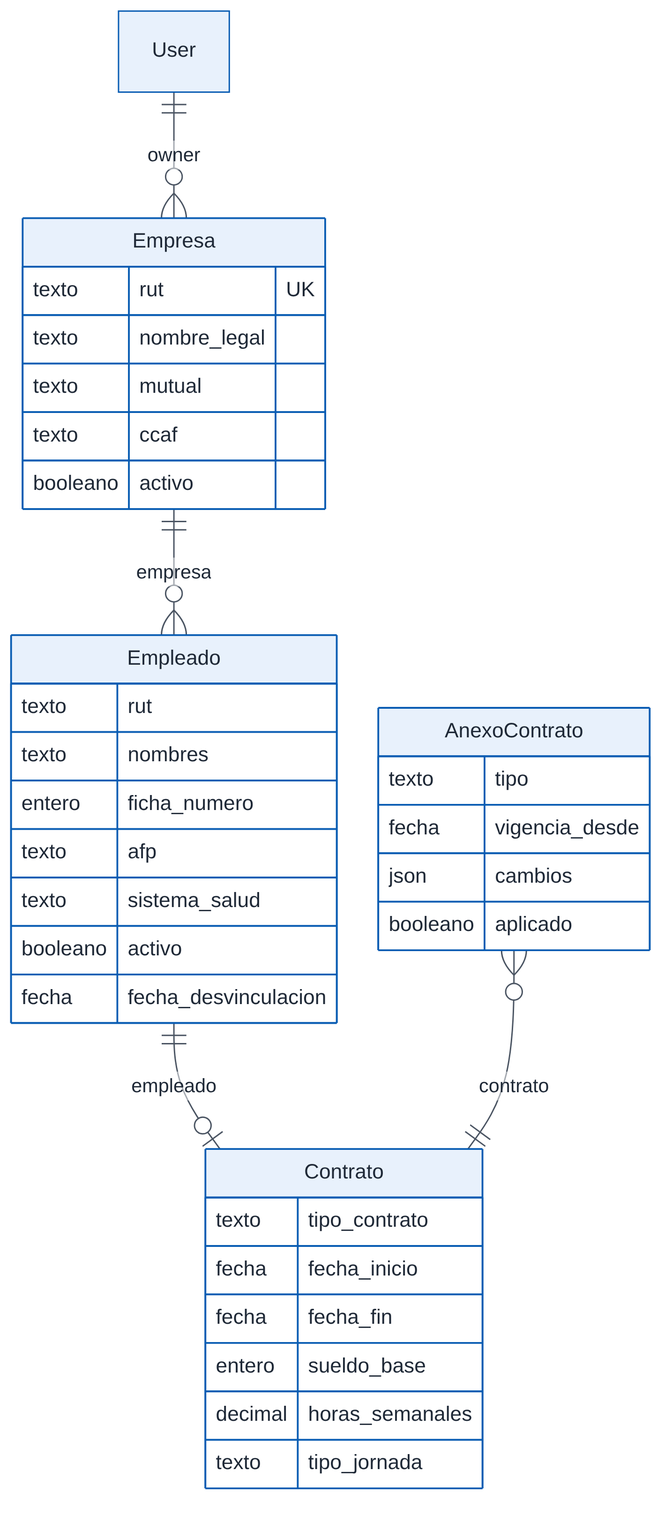
The Mermaid diagram docs/tecnico/figuras/06-er-trabajadores.png in FehuDeveloperTeam/jornada40-saas, before a commit. Its source is kept beside it as docs/tecnico/figuras/06-er-trabajadores.mmd. Its diagram source:
```mermaid
erDiagram
  direction TB
  User ||--o{ Empresa : "owner"
  Empresa ||--o{ Empleado : "empresa"
  Empleado ||--o| Contrato : "empleado"
  AnexoContrato }o--|| Contrato : "contrato"
  Empresa {
    texto rut UK
    texto nombre_legal
    texto mutual
    texto ccaf
    booleano activo
  }
  Empleado {
    texto rut
    texto nombres
    entero ficha_numero
    texto afp
    texto sistema_salud
    booleano activo
    fecha fecha_desvinculacion
  }
  Contrato {
    texto tipo_contrato
    fecha fecha_inicio
    fecha fecha_fin
    entero sueldo_base
    decimal horas_semanales
    texto tipo_jornada
  }
  AnexoContrato {
    texto tipo
    fecha vigencia_desde
    json cambios
    booleano aplicado
  }
```
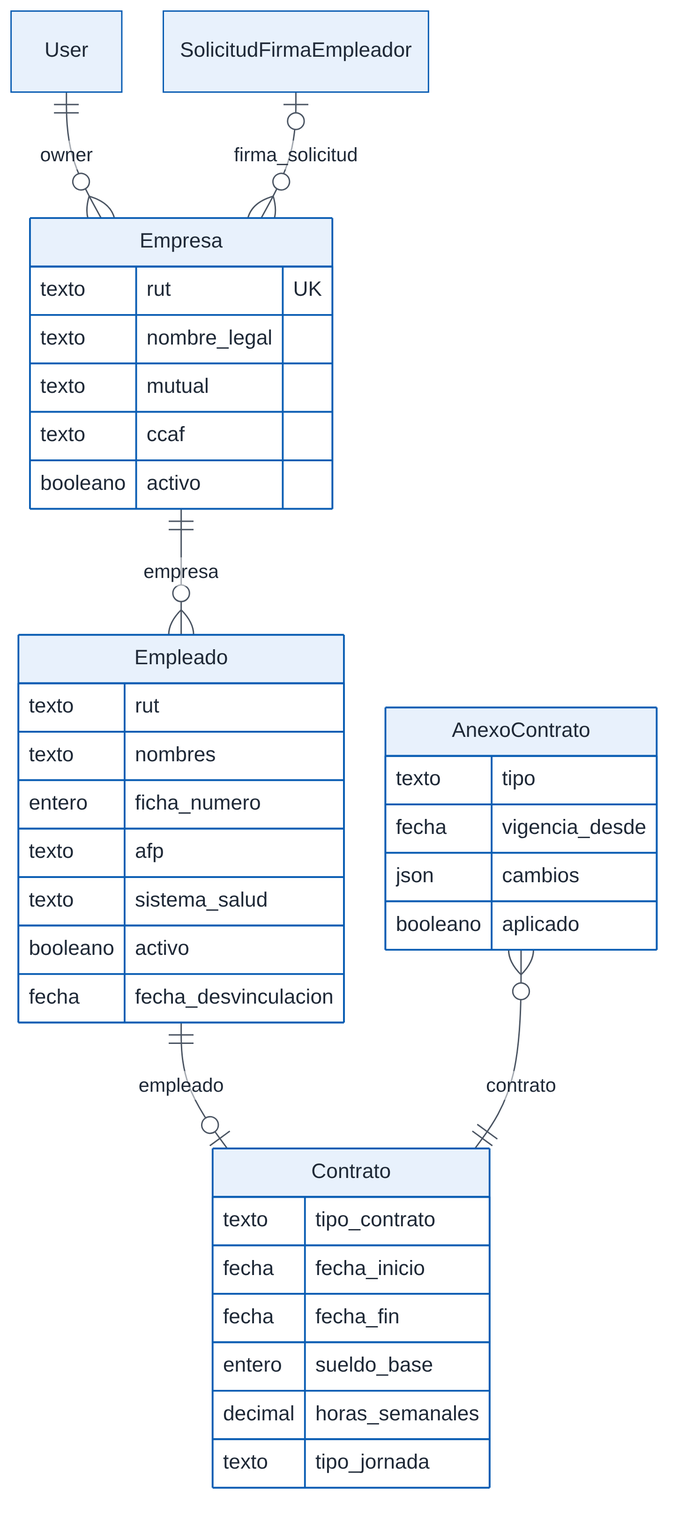
The same file after the commit.

What changed in the source:
```diff
@@ -1,6 +1,7 @@
 erDiagram
   direction TB
   User ||--o{ Empresa : "owner"
+  SolicitudFirmaEmpleador |o--o{ Empresa : "firma_solicitud"
   Empresa ||--o{ Empleado : "empresa"
   Empleado ||--o| Contrato : "empleado"
   AnexoContrato }o--|| Contrato : "contrato"
```
